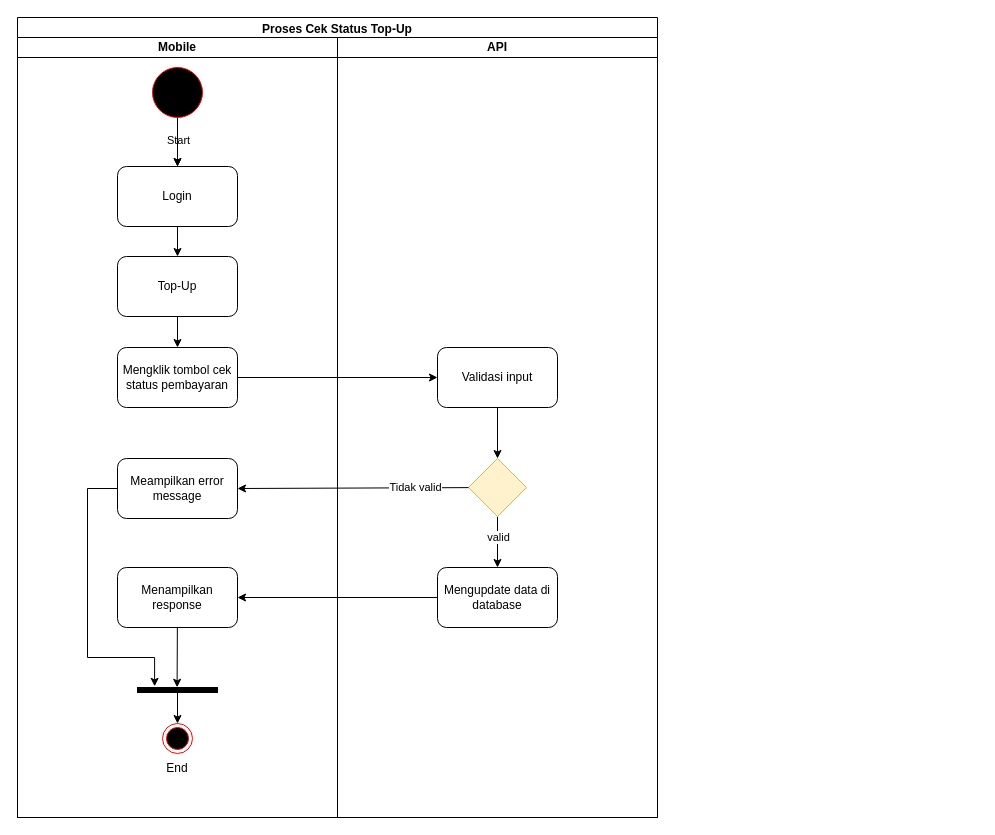
Earlier version of the draw.io diagram page "Cek Status Top-Up" (4 of 5) of requirements/Activity Diagram.drawio (foxxxesky/Final-Projects-Backend-OVO). Source tidied: cells renumbered, new cells numbered last; positions are measured from the earlier drawing's top-left corner, leaving out a move shared by most shapes. Both pictures are drawn from the tidied source at 100%, with x=0, y=0 at pixel (17, 17).
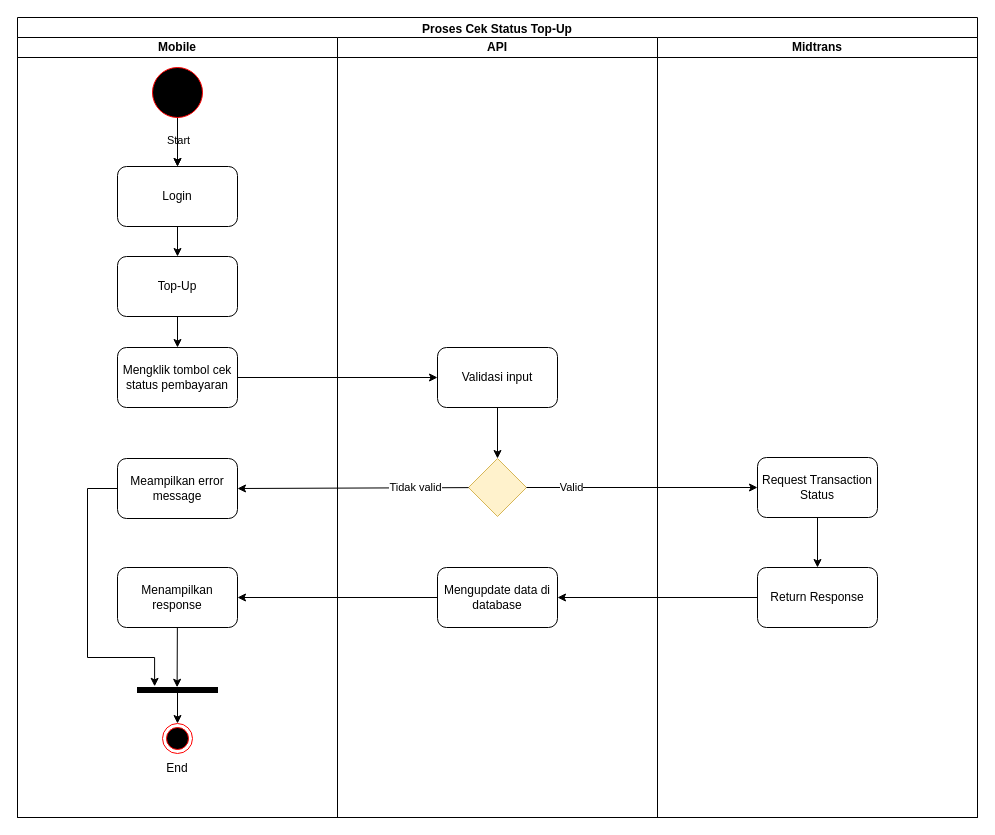
Above is the later version.

The change refers to these unchanged cells:
```xml
<mxCell id="21" value="API" style="swimlane;startSize=20;whiteSpace=wrap;html=1;" parent="1" vertex="1">
  <mxGeometry x="320" y="20" width="320" height="780" as="geometry" />
</mxCell>
<mxCell id="26" style="rhombus;whiteSpace=wrap;html=1;fillColor=#fff2cc;strokeColor=#d6b656;" parent="21" vertex="1">
  <mxGeometry x="131" y="421" width="58" height="58" as="geometry" />
</mxCell>
<mxCell id="27" value="Mengupdate data di database" style="whiteSpace=wrap;html=1;fillColor=none;rounded=1;" parent="21" vertex="1">
  <mxGeometry x="100" y="530" width="120" height="60" as="geometry" />
</mxCell>
```

The edit, as a diff of the source:
```diff
@@
     <mxCell id="2" value="Proses&amp;nbsp;Cek Status Top-Up" style="swimlane;whiteSpace=wrap;html=1;" parent="1" vertex="1">
-      <mxGeometry width="640" height="800" as="geometry" />
+      <mxGeometry width="960" height="800" as="geometry" />
     </mxCell>
@@
-    <mxCell id="24" style="edgeStyle=none;html=1;entryX=0.5;entryY=0;entryDx=0;entryDy=0;" parent="21" edge="1" source="26" target="27">
-      <mxGeometry relative="1" as="geometry" />
-    </mxCell>
-    <mxCell id="25" value="valid" style="edgeLabel;html=1;align=center;verticalAlign=middle;" parent="24" vertex="1">
-      <mxGeometry x="-0.22" relative="1" as="geometry" />
-    </mxCell>
@@
+    <mxCell id="32" value="Midtrans" style="swimlane;startSize=20;whiteSpace=wrap;html=1;" parent="1" vertex="1">
+      <mxGeometry x="640" y="20" width="320" height="780" as="geometry" />
+    </mxCell>
+    <mxCell id="33" style="edgeStyle=orthogonalEdgeStyle;rounded=0;html=1;entryX=0.5;entryY=0;entryDx=0;entryDy=0;" parent="32" edge="1" source="34" target="35">
+      <mxGeometry relative="1" as="geometry" />
+    </mxCell>
+    <mxCell id="34" value="Request Transaction Status" style="whiteSpace=wrap;html=1;fillColor=none;rounded=1;" parent="32" vertex="1">
+      <mxGeometry x="100" y="420" width="120" height="60" as="geometry" />
+    </mxCell>
+    <mxCell id="35" value="Return Response" style="whiteSpace=wrap;html=1;fillColor=none;rounded=1;" parent="32" vertex="1">
+      <mxGeometry x="100" y="530" width="120" height="60" as="geometry" />
+    </mxCell>
+    <mxCell id="36" style="edgeStyle=orthogonalEdgeStyle;rounded=0;html=1;entryX=0;entryY=0.5;entryDx=0;entryDy=0;" parent="1" edge="1" source="26" target="34">
+      <mxGeometry relative="1" as="geometry" />
+    </mxCell>
+    <mxCell id="37" value="Valid" style="edgeLabel;html=1;align=center;verticalAlign=middle;" parent="36" vertex="1">
+      <mxGeometry x="-0.62" y="1" relative="1" as="geometry" />
+    </mxCell>
+    <mxCell id="38" style="edgeStyle=orthogonalEdgeStyle;rounded=0;html=1;entryX=1;entryY=0.5;entryDx=0;entryDy=0;" parent="1" edge="1" source="35" target="27">
+      <mxGeometry relative="1" as="geometry" />
+    </mxCell>
```
